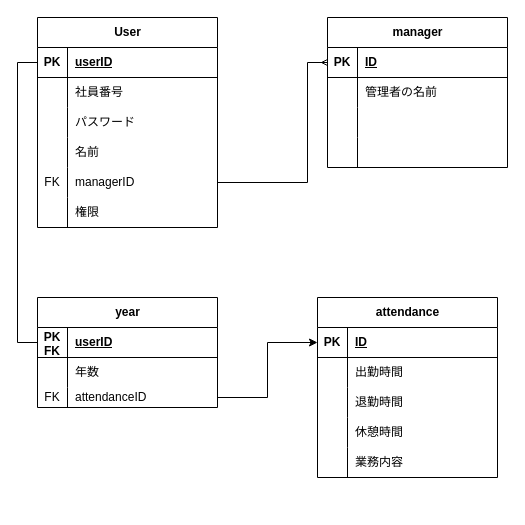
The draw.io diagram Database.drawio in tomoyq/attendance_system, before the edit. Source tidied: cells renumbered, new cells numbered last; positions are measured from the earlier drawing's top-left corner, leaving out a move shared by most shapes. Both pictures are drawn from the tidied source at 100%, with x=0, y=0 at pixel (37, 17).
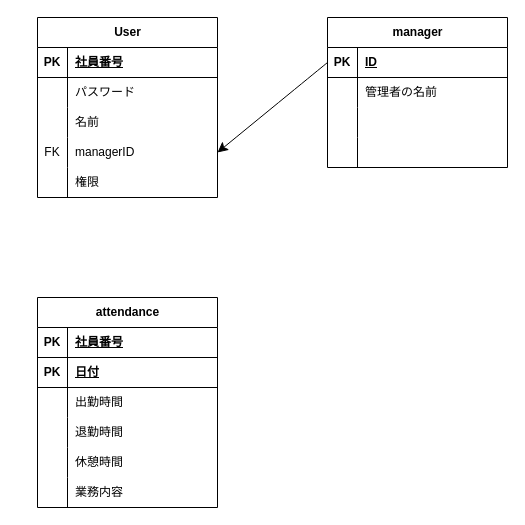
The same page after the edit.

The change refers to these unchanged cells:
```xml
<mxCell id="3" style="shape=tableRow;horizontal=0;startSize=0;swimlaneHead=0;swimlaneBody=0;fillColor=none;points=[[0,0.5],[1,0.5]];portConstraint=eastwest;top=0;left=0;right=0;bottom=1;" parent="2" vertex="1">
  <mxGeometry y="30" width="180" height="30" as="geometry" />
</mxCell>
<mxCell id="22" style="shape=tableRow;horizontal=0;startSize=0;swimlaneHead=0;swimlaneBody=0;fillColor=none;points=[[0,0.5],[1,0.5]];portConstraint=eastwest;top=0;left=0;right=0;bottom=1;" parent="21" vertex="1">
  <mxGeometry y="30" width="180" height="30" as="geometry" />
</mxCell>
```

Diff of the diagram source:
```diff
@@
     <mxCell id="2" value="User" style="shape=table;startSize=30;childLayout=tableLayout;rowLines=0;fontStyle=1;align=center;html=1;" parent="1" vertex="1">
-      <mxGeometry width="180" height="210" as="geometry" />
+      <mxGeometry width="180" height="180" as="geometry" />
     </mxCell>
@@
-    <mxCell id="5" value="userID" style="shape=partialRectangle;fillColor=none;top=0;left=0;bottom=0;right=0;align=left;spacingLeft=6;fontStyle=5;overflow=hidden;whiteSpace=wrap;html=1;" parent="3" vertex="1">
+    <mxCell id="5" value="社員番号" style="shape=partialRectangle;fillColor=none;top=0;left=0;bottom=0;right=0;align=left;spacingLeft=6;fontStyle=5;overflow=hidden;whiteSpace=wrap;html=1;" parent="3" vertex="1">
       <mxGeometry x="30" width="150" height="30" as="geometry" />
     </mxCell>
-    <mxCell id="6" style="shape=tableRow;horizontal=0;startSize=0;swimlaneHead=0;swimlaneBody=0;fillColor=none;top=0;left=0;right=0;bottom=0;" parent="2" vertex="1">
-      <mxGeometry y="60" width="180" height="30" as="geometry" />
-    </mxCell>
-    <mxCell id="7" style="shape=partialRectangle;fillColor=none;top=0;left=0;bottom=0;right=0;overflow=hidden;whiteSpace=wrap;html=1;" parent="6" vertex="1">
-      <mxGeometry width="30" height="30" as="geometry" />
-    </mxCell>
-    <mxCell id="8" value="社員番号&lt;span style=&quot;white-space: pre;&quot;&gt;&#9;&lt;/span&gt;" style="shape=partialRectangle;fillColor=none;top=0;left=0;bottom=0;right=0;align=left;spacingLeft=6;overflow=hidden;whiteSpace=wrap;html=1;" parent="6" vertex="1">
-      <mxGeometry x="30" width="150" height="30" as="geometry" />
-    </mxCell>
     <mxCell id="9" style="shape=tableRow;horizontal=0;startSize=0;swimlaneHead=0;swimlaneBody=0;fillColor=none;top=0;left=0;right=0;bottom=0;" parent="2" vertex="1">
-      <mxGeometry y="90" width="180" height="30" as="geometry" />
+      <mxGeometry y="60" width="180" height="30" as="geometry" />
     </mxCell>
@@
     <mxCell id="12" style="shape=tableRow;horizontal=0;startSize=0;swimlaneHead=0;swimlaneBody=0;fillColor=none;top=0;left=0;right=0;bottom=0;" parent="2" vertex="1">
-      <mxGeometry y="120" width="180" height="30" as="geometry" />
+      <mxGeometry y="90" width="180" height="30" as="geometry" />
     </mxCell>
@@
     <mxCell id="15" style="shape=tableRow;horizontal=0;startSize=0;swimlaneHead=0;swimlaneBody=0;fillColor=none;points=[[0,0.5],[1,0.5]];portConstraint=eastwest;top=0;left=0;right=0;bottom=0;" parent="2" vertex="1">
-      <mxGeometry y="150" width="180" height="30" as="geometry" />
+      <mxGeometry y="120" width="180" height="30" as="geometry" />
     </mxCell>
@@
     <mxCell id="18" style="shape=tableRow;horizontal=0;startSize=0;swimlaneHead=0;swimlaneBody=0;fillColor=none;top=0;left=0;right=0;bottom=0;" parent="2" vertex="1">
-      <mxGeometry y="180" width="180" height="30" as="geometry" />
+      <mxGeometry y="150" width="180" height="30" as="geometry" />
     </mxCell>
@@
-    <mxCell id="34" style="edgeStyle=orthogonalEdgeStyle;rounded=0;jettySize=auto;html=1;exitX=1;exitY=0.5;exitDx=0;exitDy=0;entryX=0;entryY=0.5;entryDx=0;entryDy=0;targetPerimeterSpacing=0;endSize=4;endArrow=ERmany;endFill=0;" parent="1" edge="1" source="15" target="22">
-      <mxGeometry relative="1" as="geometry">
-        <Array as="points">
-          <mxPoint x="270" y="165" />
-          <mxPoint x="270" y="45" />
-        </Array>
-      </mxGeometry>
-    </mxCell>
     <mxCell id="35" value="attendance" style="shape=table;startSize=30;childLayout=tableLayout;rowLines=0;fontStyle=1;align=center;html=1;" parent="1" vertex="1">
-      <mxGeometry x="280" y="280" width="180" height="180" as="geometry" />
+      <mxGeometry y="280" width="180" height="210" as="geometry" />
     </mxCell>
+    <mxCell id="52" style="shape=tableRow;horizontal=0;startSize=0;swimlaneHead=0;swimlaneBody=0;fillColor=none;points=[[0,0.5],[1,0.5]];portConstraint=eastwest;top=0;left=0;right=0;bottom=1;" parent="35" vertex="1">
+      <mxGeometry y="30" width="180" height="30" as="geometry" />
+    </mxCell>
+    <mxCell id="63" value="PK" style="shape=partialRectangle;fillColor=none;top=0;left=0;bottom=0;right=0;fontStyle=1;overflow=hidden;whiteSpace=wrap;html=1;" parent="52" vertex="1">
+      <mxGeometry width="30" height="30" as="geometry" />
+    </mxCell>
+    <mxCell id="8" value="社員番号" style="shape=partialRectangle;fillColor=none;top=0;left=0;bottom=0;right=0;align=left;spacingLeft=6;fontStyle=5;overflow=hidden;whiteSpace=wrap;html=1;" parent="52" vertex="1">
+      <mxGeometry x="30" width="150" height="30" as="geometry" />
+    </mxCell>
     <mxCell id="36" style="shape=tableRow;horizontal=0;startSize=0;swimlaneHead=0;swimlaneBody=0;fillColor=none;points=[[0,0.5],[1,0.5]];portConstraint=eastwest;top=0;left=0;right=0;bottom=1;" parent="35" vertex="1">
-      <mxGeometry y="30" width="180" height="30" as="geometry" />
+      <mxGeometry y="60" width="180" height="30" as="geometry" />
     </mxCell>
@@
-    <mxCell id="38" value="ID" style="shape=partialRectangle;fillColor=none;top=0;left=0;bottom=0;right=0;align=left;spacingLeft=6;fontStyle=5;overflow=hidden;whiteSpace=wrap;html=1;" parent="36" vertex="1">
+    <mxCell id="38" value="日付" style="shape=partialRectangle;fillColor=none;top=0;left=0;bottom=0;right=0;align=left;spacingLeft=6;fontStyle=5;overflow=hidden;whiteSpace=wrap;html=1;" parent="36" vertex="1">
       <mxGeometry x="30" width="150" height="30" as="geometry" />
     </mxCell>
     <mxCell id="39" style="shape=tableRow;horizontal=0;startSize=0;swimlaneHead=0;swimlaneBody=0;fillColor=none;top=0;left=0;right=0;bottom=0;" parent="35" vertex="1">
-      <mxGeometry y="60" width="180" height="30" as="geometry" />
+      <mxGeometry y="90" width="180" height="30" as="geometry" />
     </mxCell>
@@
     <mxCell id="42" style="shape=tableRow;horizontal=0;startSize=0;swimlaneHead=0;swimlaneBody=0;fillColor=none;top=0;left=0;right=0;bottom=0;" parent="35" vertex="1">
-      <mxGeometry y="90" width="180" height="30" as="geometry" />
+      <mxGeometry y="120" width="180" height="30" as="geometry" />
     </mxCell>
@@
     <mxCell id="45" style="shape=tableRow;horizontal=0;startSize=0;swimlaneHead=0;swimlaneBody=0;fillColor=none;top=0;left=0;right=0;bottom=0;" parent="35" vertex="1">
-      <mxGeometry y="120" width="180" height="30" as="geometry" />
+      <mxGeometry y="150" width="180" height="30" as="geometry" />
     </mxCell>
@@
     <mxCell id="48" style="shape=tableRow;horizontal=0;startSize=0;swimlaneHead=0;swimlaneBody=0;fillColor=none;top=0;left=0;right=0;bottom=0;" parent="35" vertex="1">
-      <mxGeometry y="150" width="180" height="30" as="geometry" />
+      <mxGeometry y="180" width="180" height="30" as="geometry" />
     </mxCell>
@@
-    <mxCell id="51" value="year" style="shape=table;startSize=30;childLayout=tableLayout;rowLines=0;fontStyle=1;align=center;html=1;" parent="1" vertex="1">
-      <mxGeometry y="280" width="180" height="110" as="geometry" />
-    </mxCell>
-    <mxCell id="52" style="shape=tableRow;horizontal=0;startSize=0;swimlaneHead=0;swimlaneBody=0;fillColor=none;points=[[0,0.5],[1,0.5]];portConstraint=eastwest;top=0;left=0;right=0;bottom=1;" parent="51" vertex="1">
-      <mxGeometry y="30" width="180" height="30" as="geometry" />
-    </mxCell>
-    <mxCell id="53" value="PK&lt;div&gt;FK&lt;/div&gt;" style="shape=partialRectangle;fillColor=none;top=0;left=0;bottom=0;right=0;fontStyle=1;overflow=hidden;whiteSpace=wrap;html=1;" parent="52" vertex="1">
-      <mxGeometry width="30" height="30" as="geometry" />
-    </mxCell>
-    <mxCell id="54" value="userID" style="shape=partialRectangle;fillColor=none;top=0;left=0;bottom=0;right=0;align=left;spacingLeft=6;fontStyle=5;overflow=hidden;whiteSpace=wrap;html=1;" parent="52" vertex="1">
-      <mxGeometry x="30" width="150" height="30" as="geometry" />
-    </mxCell>
-    <mxCell id="55" style="shape=tableRow;horizontal=0;startSize=0;swimlaneHead=0;swimlaneBody=0;fillColor=none;top=0;left=0;right=0;bottom=0;" parent="51" vertex="1">
-      <mxGeometry y="60" width="180" height="30" as="geometry" />
-    </mxCell>
-    <mxCell id="56" style="shape=partialRectangle;fillColor=none;top=0;left=0;bottom=0;right=0;overflow=hidden;whiteSpace=wrap;html=1;" parent="55" vertex="1">
-      <mxGeometry width="30" height="30" as="geometry" />
-    </mxCell>
-    <mxCell id="57" value="年数" style="shape=partialRectangle;fillColor=none;top=0;left=0;bottom=0;right=0;align=left;spacingLeft=6;overflow=hidden;whiteSpace=wrap;html=1;" parent="55" vertex="1">
-      <mxGeometry x="30" width="150" height="30" as="geometry" />
-    </mxCell>
-    <mxCell id="58" style="shape=tableRow;horizontal=0;startSize=0;swimlaneHead=0;swimlaneBody=0;fillColor=none;points=[[0,0.5],[1,0.5]];portConstraint=eastwest;top=0;left=0;right=0;bottom=0;" parent="51" vertex="1">
-      <mxGeometry y="90" width="180" height="20" as="geometry" />
-    </mxCell>
-    <mxCell id="59" value="FK" style="shape=partialRectangle;fillColor=none;top=0;left=0;bottom=0;right=0;overflow=hidden;whiteSpace=wrap;html=1;" parent="58" vertex="1">
-      <mxGeometry width="30" height="20" as="geometry" />
-    </mxCell>
-    <mxCell id="60" value="attendanceID" style="shape=partialRectangle;fillColor=none;top=0;left=0;bottom=0;right=0;align=left;spacingLeft=6;overflow=hidden;whiteSpace=wrap;html=1;" parent="58" vertex="1">
-      <mxGeometry x="30" width="150" height="20" as="geometry" />
-    </mxCell>
-    <mxCell id="61" style="edgeStyle=orthogonalEdgeStyle;rounded=0;jettySize=auto;html=1;exitX=0;exitY=0.5;exitDx=0;exitDy=0;entryX=0;entryY=0.5;entryDx=0;entryDy=0;endArrow=none;endFill=0;" parent="1" edge="1" source="52" target="3">
-      <mxGeometry relative="1" as="geometry" />
-    </mxCell>
-    <mxCell id="62" style="edgeStyle=orthogonalEdgeStyle;rounded=0;jettySize=auto;html=1;exitX=1;exitY=0.5;exitDx=0;exitDy=0;entryX=0;entryY=0.5;entryDx=0;entryDy=0;" parent="1" edge="1" source="58" target="36">
-      <mxGeometry relative="1" as="geometry" />
-    </mxCell>
+    <mxCell id="64" style="edgeStyle=none;curved=1;rounded=0;jettySize=auto;html=1;exitX=0;exitY=0.5;exitDx=0;exitDy=0;entryX=1;entryY=0.5;entryDx=0;entryDy=0;fontSize=12;startSize=8;endSize=8;" parent="1" edge="1" source="22" target="15">
+      <mxGeometry relative="1" as="geometry" />
+    </mxCell>
```
